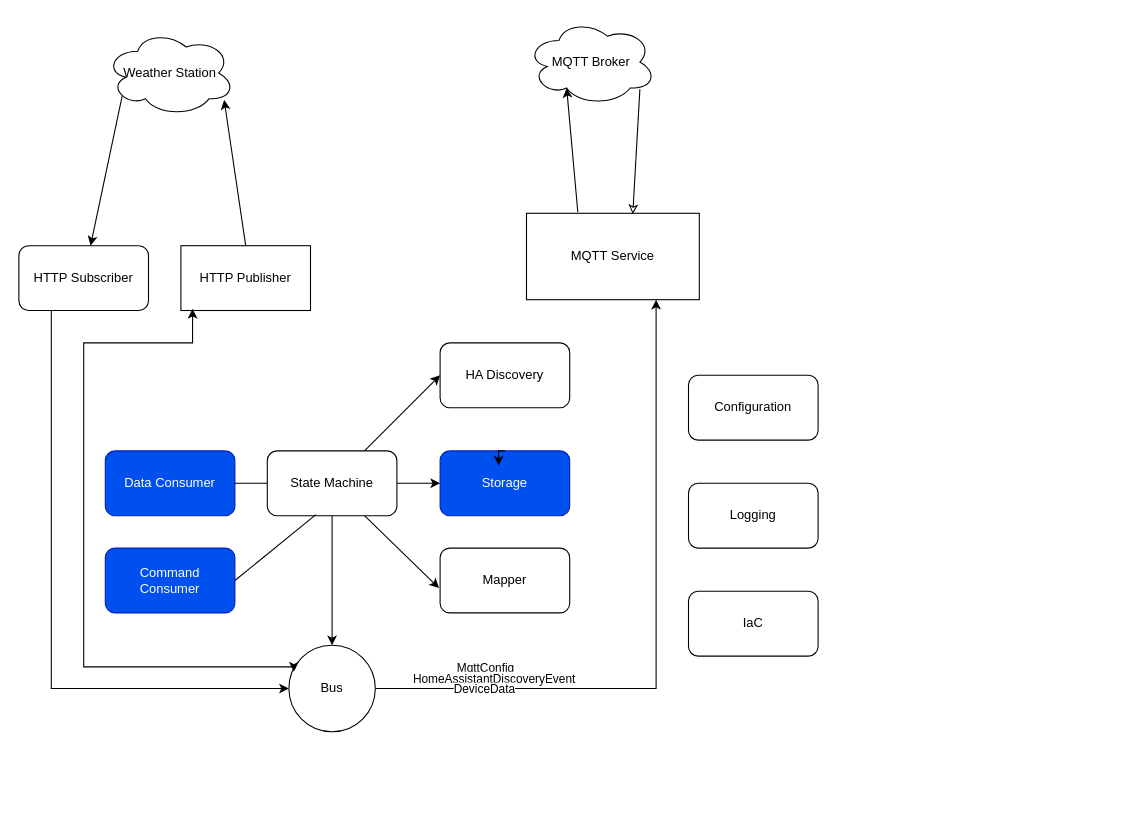
Above: page "Overview" (1 of 4) of diagrams.drawio in mplogas/ecowitt-controller (draw.io), before the change. Source tidied: cells renumbered, new cells numbered last; positions are measured from the earlier drawing's top-left corner, leaving out a move shared by most shapes. Both pictures are drawn from the tidied source at 108%, with x=0, y=0 at pixel (18, 18).
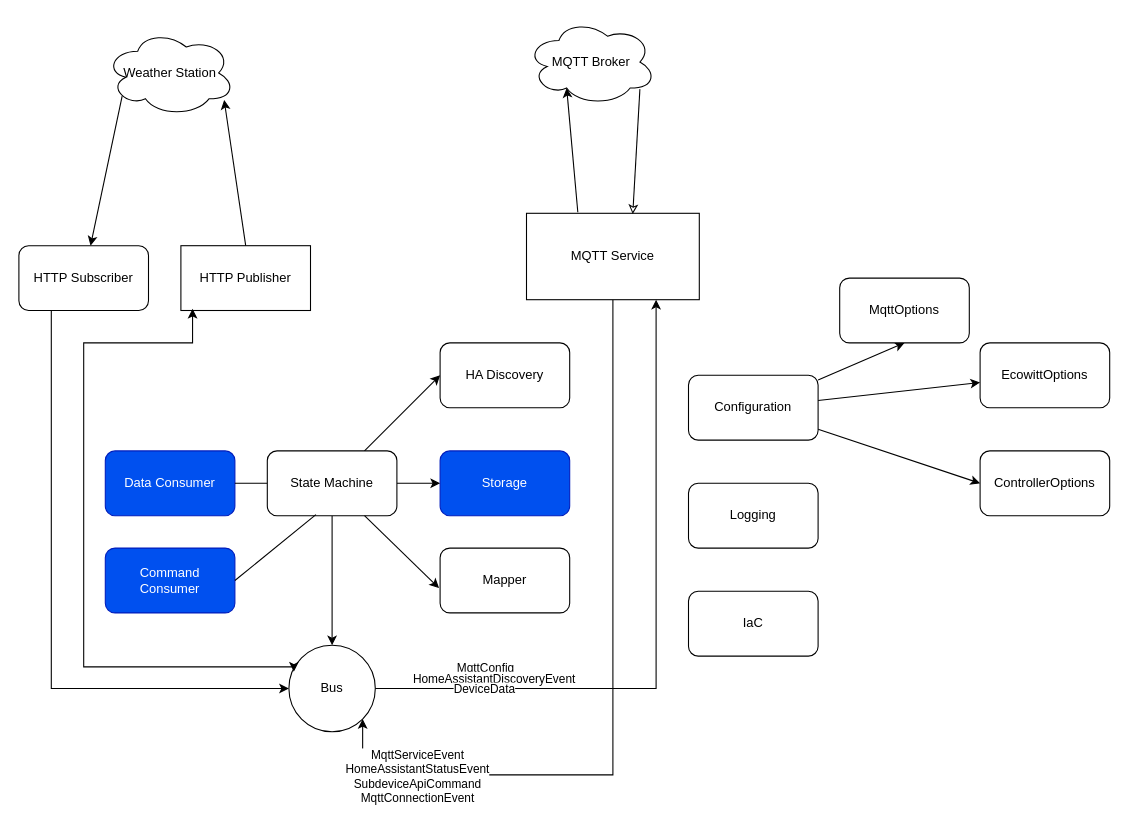
The same diagram, later.

Unchanged cells that the change refers to:
```xml
<mxCell id="2" value="MQTT Service" style="rounded=0;whiteSpace=wrap;html=1;" parent="1" vertex="1">
  <mxGeometry x="470" y="180" width="160" height="80" as="geometry" />
</mxCell>
<mxCell id="7" value="Bus" style="ellipse;whiteSpace=wrap;html=1;" parent="1" vertex="1">
  <mxGeometry x="250" y="580" width="80" height="80" as="geometry" />
</mxCell>
<mxCell id="18" value="Storage" style="rounded=1;whiteSpace=wrap;html=1;fillColor=#0050ef;strokeColor=#001DBC;fontColor=#ffffff;" parent="1" vertex="1">
  <mxGeometry x="390" y="400" width="120" height="60" as="geometry" />
</mxCell>
<mxCell id="30" value="Configuration" style="rounded=1;whiteSpace=wrap;html=1;" parent="1" vertex="1">
  <mxGeometry x="620" y="330" width="120" height="60" as="geometry" />
</mxCell>
```

The edit, as a diff of the source:
```diff
@@
+    <mxCell id="35" style="edgeStyle=orthogonalEdgeStyle;rounded=0;jettySize=auto;html=1;entryX=1;entryY=1;entryDx=0;entryDy=0;" parent="1" edge="1" source="2" target="7">
+      <mxGeometry relative="1" as="geometry">
+        <Array as="points">
+          <mxPoint x="550" y="700" />
+          <mxPoint x="318" y="700" />
+        </Array>
+      </mxGeometry>
+    </mxCell>
+    <mxCell id="36" value="MqttServiceEvent&lt;br&gt;HomeAssistantStatusEvent&lt;br&gt;SubdeviceApiCommand&lt;br&gt;MqttConnectionEvent" style="edgeLabel;html=1;align=center;verticalAlign=middle;" parent="35" vertex="1">
+      <mxGeometry x="0.72" y="1" relative="1" as="geometry" />
+    </mxCell>
@@
+    <mxCell id="37" style="rounded=0;jettySize=auto;html=1;entryX=0.5;entryY=1;entryDx=0;entryDy=0;" parent="1" edge="1" source="30" target="40">
+      <mxGeometry relative="1" as="geometry" />
+    </mxCell>
+    <mxCell id="38" style="rounded=0;jettySize=auto;html=1;" parent="1" edge="1" source="30" target="41">
+      <mxGeometry relative="1" as="geometry" />
+    </mxCell>
+    <mxCell id="39" style="rounded=0;jettySize=auto;html=1;entryX=0;entryY=0.5;entryDx=0;entryDy=0;" parent="1" edge="1" source="30" target="42">
+      <mxGeometry relative="1" as="geometry" />
+    </mxCell>
@@
-    <mxCell id="33" style="edgeStyle=orthogonalEdgeStyle;rounded=0;orthogonalLoop=1;jettySize=auto;html=1;exitX=0.5;exitY=0;exitDx=0;exitDy=0;entryX=0.452;entryY=0.226;entryDx=0;entryDy=0;entryPerimeter=0;" parent="1" edge="1" source="18" target="18">
-      <mxGeometry relative="1" as="geometry" />
-    </mxCell>
@@
+    <mxCell id="40" value="MqttOptions" style="rounded=1;whiteSpace=wrap;html=1;" parent="1" vertex="1">
+      <mxGeometry x="760" y="240" width="120" height="60" as="geometry" />
+    </mxCell>
+    <mxCell id="41" value="EcowittOptions" style="rounded=1;whiteSpace=wrap;html=1;" parent="1" vertex="1">
+      <mxGeometry x="890" y="300" width="120" height="60" as="geometry" />
+    </mxCell>
+    <mxCell id="42" value="ControllerOptions" style="rounded=1;whiteSpace=wrap;html=1;" parent="1" vertex="1">
+      <mxGeometry x="890" y="400" width="120" height="60" as="geometry" />
+    </mxCell>
```
